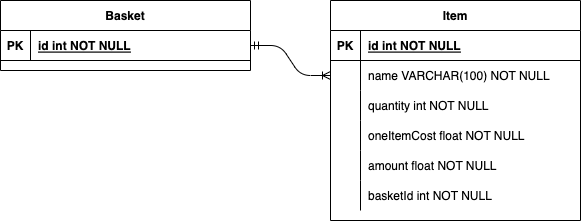
Before: ER_диаграмма_БД.png, a diagram exported from draw.io (DbnStr/diplom_work). Source tidied: cells renumbered, new cells last; positions are measured from the earlier drawing's top-left corner, leaving out a move shared by most shapes.
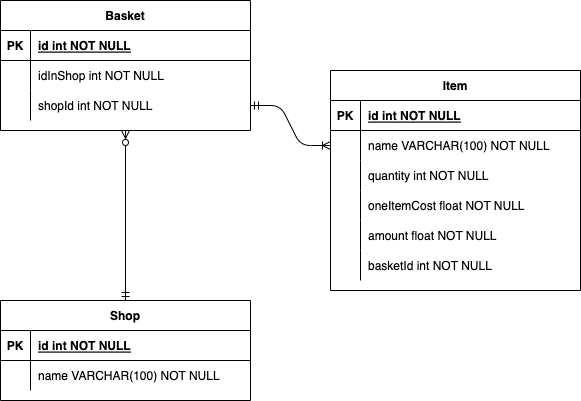
The same diagram one commit later.

Diff of the diagram source:
```diff
@@ -2,7 +2,7 @@
   <root>
     <mxCell id="0" />
     <mxCell id="1" parent="0" />
-    <mxCell id="2" style="edgeStyle=entityRelationEdgeStyle;endArrow=ERoneToMany;startArrow=ERmandOne;endFill=0;startFill=0;" parent="1" edge="1" source="23" target="7">
+    <mxCell id="2" style="edgeStyle=entityRelationEdgeStyle;endArrow=ERoneToMany;startArrow=ERmandOne;endFill=0;startFill=0;exitX=1;exitY=0.5;exitDx=0;exitDy=0;" parent="1" edge="1" source="32" target="7">
       <mxGeometry relative="1" as="geometry" />
     </mxCell>
     <mxCell id="3" value="Item" style="shape=table;startSize=30;rowLines=0;fontStyle=1;align=center;" parent="1" vertex="1">
@@ -63,16 +63,58 @@
       <mxGeometry x="30" width="220" height="30" as="geometry" />
     </mxCell>
     <mxCell id="22" value="Basket" style="shape=table;startSize=30;rowLines=0;fontStyle=1;align=center;" parent="1" vertex="1">
-      <mxGeometry width="250" height="70" as="geometry" />
+      <mxGeometry y="-70" width="250" height="130" as="geometry" />
     </mxCell>
-    <mxCell id="23" style="shape=partialRectangle;fillColor=none;points=[[0,0.5],[1,0.5]];portConstraint=eastwest;top=0;left=0;right=0;bottom=1;" parent="22" vertex="1">
-      <mxGeometry y="30" width="250" height="30" as="geometry" />
-    </mxCell>
-    <mxCell id="24" value="PK" style="shape=partialRectangle;overflow=hidden;fillColor=none;top=0;left=0;bottom=0;right=0;fontStyle=1;" parent="23" vertex="1">
-      <mxGeometry width="30" height="30" as="geometry" />
-    </mxCell>
-    <mxCell id="25" value="id int NOT NULL " style="shape=partialRectangle;overflow=hidden;fillColor=none;top=0;left=0;bottom=0;right=0;align=left;spacingLeft=6;fontStyle=5;" parent="23" vertex="1">
-      <mxGeometry x="30" width="220" height="30" as="geometry" />
-    </mxCell>
+    <mxCell id="26" style="shape=partialRectangle;fillColor=none;top=0;left=0;right=0;bottom=1;" parent="22" vertex="1">
+      <mxGeometry y="30" width="250" height="30" as="geometry" />
+    </mxCell>
+    <mxCell id="27" value="PK" style="shape=partialRectangle;overflow=hidden;fillColor=none;top=0;left=0;bottom=0;right=0;fontStyle=1;" parent="26" vertex="1">
+      <mxGeometry width="30" height="30" as="geometry" />
+    </mxCell>
+    <mxCell id="28" value="id int NOT NULL " style="shape=partialRectangle;overflow=hidden;fillColor=none;top=0;left=0;bottom=0;right=0;align=left;spacingLeft=6;fontStyle=5;" parent="26" vertex="1">
+      <mxGeometry x="30" width="220" height="30" as="geometry" />
+    </mxCell>
+    <mxCell id="29" style="shape=partialRectangle;fillColor=none;top=0;left=0;right=0;bottom=0;" parent="22" vertex="1">
+      <mxGeometry y="60" width="250" height="30" as="geometry" />
+    </mxCell>
+    <mxCell id="30" style="shape=partialRectangle;overflow=hidden;fillColor=none;top=0;left=0;bottom=0;right=0;" parent="29" vertex="1">
+      <mxGeometry width="30" height="30" as="geometry" />
+    </mxCell>
+    <mxCell id="31" value="idInShop int NOT NULL" style="shape=partialRectangle;overflow=hidden;fillColor=none;top=0;left=0;bottom=0;right=0;align=left;spacingLeft=6;" parent="29" vertex="1">
+      <mxGeometry x="30" width="220" height="30" as="geometry" />
+    </mxCell>
+    <mxCell id="32" style="shape=partialRectangle;fillColor=none;points=[[0,0.5],[1,0.5]];portConstraint=eastwest;top=0;left=0;right=0;bottom=0;" parent="22" vertex="1">
+      <mxGeometry y="90" width="250" height="30" as="geometry" />
+    </mxCell>
+    <mxCell id="33" style="shape=partialRectangle;overflow=hidden;fillColor=none;top=0;left=0;bottom=0;right=0;" parent="32" vertex="1">
+      <mxGeometry width="30" height="30" as="geometry" />
+    </mxCell>
+    <mxCell id="34" value="shopId int NOT NULL" style="shape=partialRectangle;overflow=hidden;fillColor=none;top=0;left=0;bottom=0;right=0;align=left;spacingLeft=6;" parent="32" vertex="1">
+      <mxGeometry x="30" width="220" height="30" as="geometry" />
+    </mxCell>
+    <mxCell id="35" style="edgeStyle=orthogonalEdgeStyle;rounded=0;jettySize=auto;html=1;entryX=0.5;entryY=1;entryDx=0;entryDy=0;startArrow=ERmandOne;startFill=0;endArrow=ERzeroToMany;endFill=0;" parent="1" edge="1" source="36" target="22">
+      <mxGeometry relative="1" as="geometry" />
+    </mxCell>
+    <mxCell id="36" value="Shop" style="shape=table;startSize=30;rowLines=0;fontStyle=1;align=center;" parent="1" vertex="1">
+      <mxGeometry y="230" width="250" height="100" as="geometry" />
+    </mxCell>
+    <mxCell id="37" style="shape=partialRectangle;fillColor=none;top=0;left=0;right=0;bottom=1;" parent="36" vertex="1">
+      <mxGeometry y="30" width="250" height="30" as="geometry" />
+    </mxCell>
+    <mxCell id="38" value="PK" style="shape=partialRectangle;overflow=hidden;fillColor=none;top=0;left=0;bottom=0;right=0;fontStyle=1;" parent="37" vertex="1">
+      <mxGeometry width="30" height="30" as="geometry" />
+    </mxCell>
+    <mxCell id="39" value="id int NOT NULL " style="shape=partialRectangle;overflow=hidden;fillColor=none;top=0;left=0;bottom=0;right=0;align=left;spacingLeft=6;fontStyle=5;" parent="37" vertex="1">
+      <mxGeometry x="30" width="220" height="30" as="geometry" />
+    </mxCell>
+    <mxCell id="40" style="shape=partialRectangle;fillColor=none;top=0;left=0;right=0;bottom=0;" parent="36" vertex="1">
+      <mxGeometry y="60" width="250" height="30" as="geometry" />
+    </mxCell>
+    <mxCell id="41" style="shape=partialRectangle;overflow=hidden;fillColor=none;top=0;left=0;bottom=0;right=0;" parent="40" vertex="1">
+      <mxGeometry width="30" height="30" as="geometry" />
+    </mxCell>
+    <mxCell id="42" value="name VARCHAR(100) NOT NULL" style="shape=partialRectangle;overflow=hidden;fillColor=none;top=0;left=0;bottom=0;right=0;align=left;spacingLeft=6;" parent="40" vertex="1">
+      <mxGeometry x="30" width="220" height="30" as="geometry" />
+    </mxCell>
   </root>
 </mxGraphModel>
```
